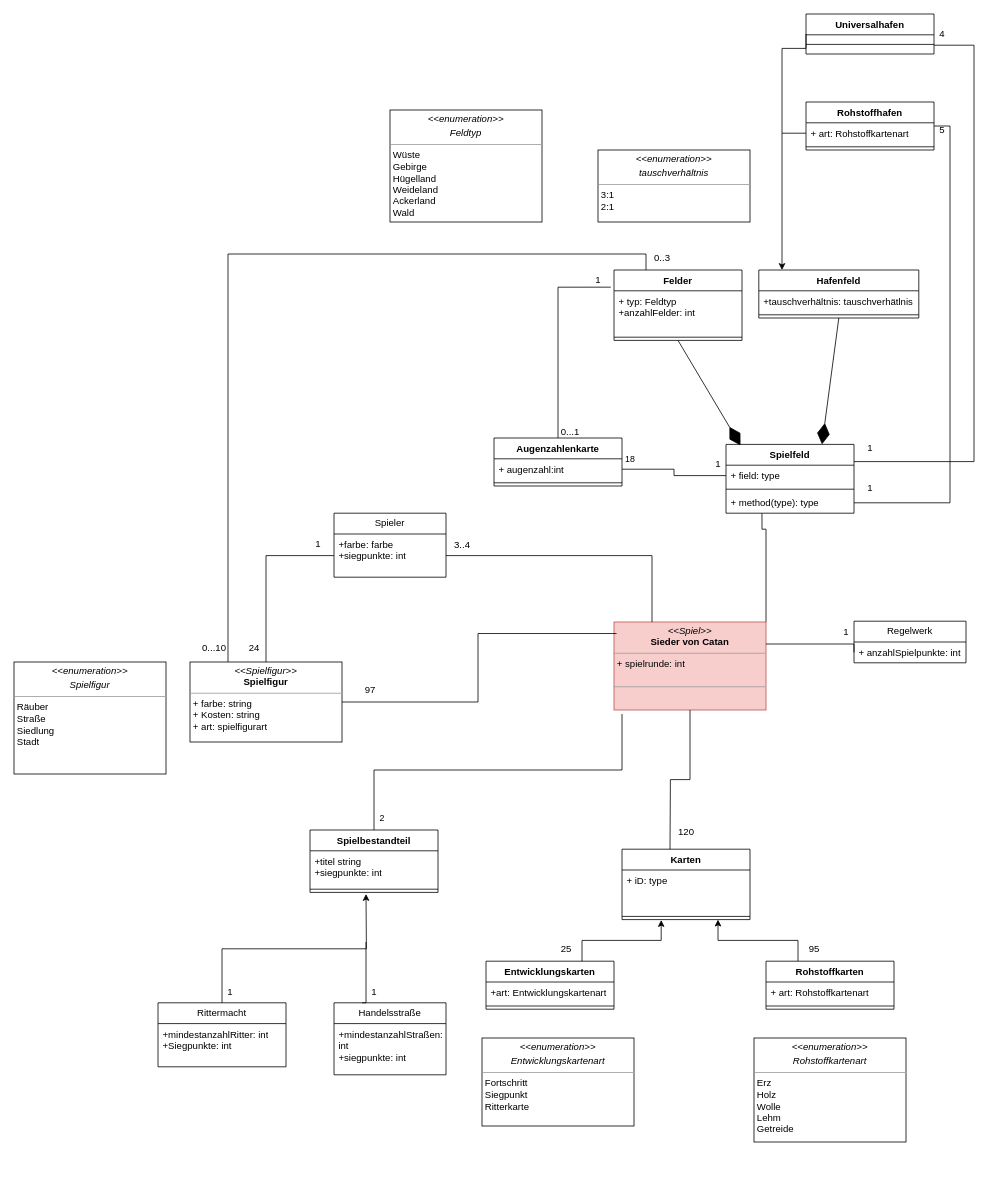
Above: content/CLASS_DIAGRAM.drawio in picooo0001/die_siedler_von_catan (draw.io), before the change. Source tidied: cells renumbered, new cells numbered last; positions are measured from the earlier drawing's top-left corner, leaving out a move shared by most shapes. Both pictures are drawn from the tidied source at 80%, with x=0, y=0 at pixel (14, 14).
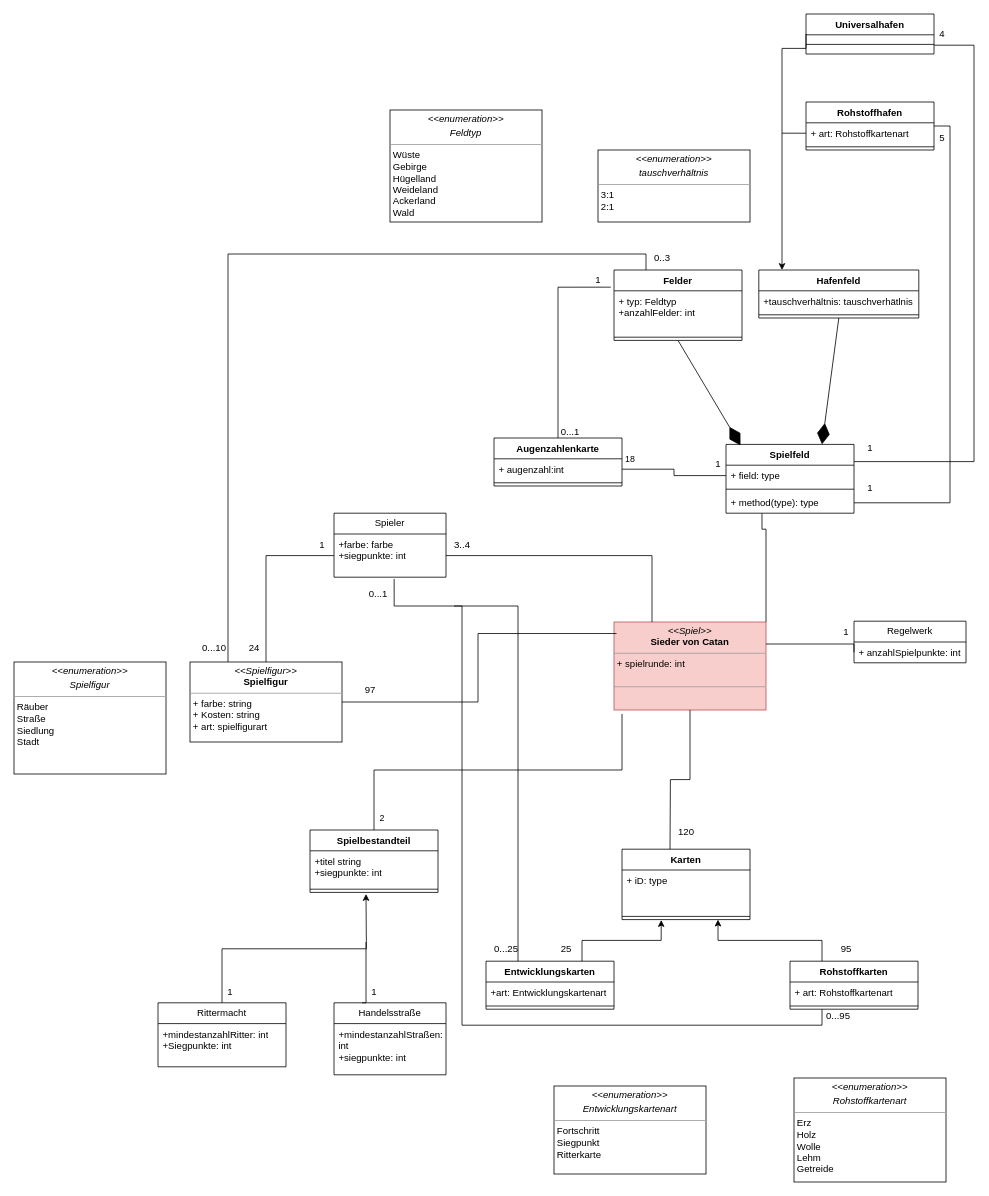
After the change.

The change refers to these unchanged cells:
```xml
<mxCell id="5" value="Entwicklungskarten" style="swimlane;fontStyle=1;align=center;verticalAlign=top;horizontal=1;startSize=26;whiteSpace=wrap;html=1;" parent="1" vertex="1">
  <mxGeometry x="590" y="1184" width="160" height="60" as="geometry" />
</mxCell>
<mxCell id="74" value="Spieler" style="swimlane;fontStyle=0;horizontal=1;startSize=26;fillColor=none;whiteSpace=wrap;html=1;" parent="1" vertex="1">
  <mxGeometry x="400" y="624" width="140" height="80" as="geometry" />
</mxCell>
```

What changed in the source:
```diff
@@
+    <mxCell id="88" style="edgeStyle=orthogonalEdgeStyle;rounded=0;jettySize=auto;html=1;exitX=0.25;exitY=1;exitDx=0;exitDy=0;endArrow=none;endFill=0;" parent="1" edge="1" source="9">
+      <mxGeometry relative="1" as="geometry">
+        <mxPoint x="550" y="740" as="targetPoint" />
+        <Array as="points">
+          <mxPoint x="1010" y="1264" />
+          <mxPoint x="560" y="1264" />
+          <mxPoint x="560" y="740" />
+        </Array>
+      </mxGeometry>
+    </mxCell>
     <mxCell id="9" value="Rohstoffkarten" style="swimlane;fontStyle=1;align=center;verticalAlign=top;horizontal=1;startSize=26;whiteSpace=wrap;html=1;" parent="1" vertex="1">
-      <mxGeometry x="940" y="1184" width="160" height="60" as="geometry" />
+      <mxGeometry x="970" y="1184" width="160" height="60" as="geometry" />
     </mxCell>
@@
     <mxCell id="50" value="5" style="text;html=1;align=center;verticalAlign=middle;strokeColor=none;fillColor=none;" parent="1" vertex="1">
-      <mxGeometry x="1145" y="130" width="30" height="30" as="geometry" />
+      <mxGeometry x="1145" y="140" width="30" height="30" as="geometry" />
     </mxCell>
@@
     <mxCell id="62" value="&lt;p style=&quot;margin:0px;margin-top:4px;text-align:center;&quot;&gt;&lt;i&gt;&amp;lt;&amp;lt;enumeration&amp;gt;&amp;gt;&lt;/i&gt;&lt;br&gt;&lt;/p&gt;&lt;p style=&quot;margin:0px;margin-top:4px;text-align:center;&quot;&gt;&lt;i&gt;Entwicklungskartenart&lt;/i&gt;&lt;/p&gt;&lt;hr size=&quot;1&quot;&gt;&lt;p style=&quot;margin:0px;margin-left:4px;&quot;&gt;Fortschritt&lt;/p&gt;&lt;p style=&quot;margin:0px;margin-left:4px;&quot;&gt;Siegpunkt&lt;/p&gt;&lt;p style=&quot;margin:0px;margin-left:4px;&quot;&gt;Ritterkarte&lt;/p&gt;&lt;p style=&quot;margin:0px;margin-left:4px;&quot;&gt;&lt;br&gt;&lt;/p&gt;&lt;p style=&quot;margin:0px;margin-left:4px;&quot;&gt;&lt;br&gt;&lt;/p&gt;" style="verticalAlign=top;align=left;overflow=fill;fontSize=12;fontFamily=Helvetica;html=1;whiteSpace=wrap;" parent="1" vertex="1">
-      <mxGeometry x="585" y="1280" width="190" height="110" as="geometry" />
+      <mxGeometry x="675" y="1340" width="190" height="110" as="geometry" />
     </mxCell>
     <mxCell id="63" value="&lt;p style=&quot;margin:0px;margin-top:4px;text-align:center;&quot;&gt;&lt;i&gt;&amp;lt;&amp;lt;enumeration&amp;gt;&amp;gt;&lt;/i&gt;&lt;/p&gt;&lt;p style=&quot;margin:0px;margin-top:4px;text-align:center;&quot;&gt;&lt;i&gt;Rohstoffkartenart&lt;/i&gt;&lt;/p&gt;&lt;hr size=&quot;1&quot;&gt;&lt;p style=&quot;margin:0px;margin-left:4px;&quot;&gt;Erz&lt;/p&gt;&lt;p style=&quot;margin:0px;margin-left:4px;&quot;&gt;Holz&lt;/p&gt;&lt;p style=&quot;margin:0px;margin-left:4px;&quot;&gt;Wolle&lt;/p&gt;&lt;p style=&quot;margin:0px;margin-left:4px;&quot;&gt;Lehm&amp;nbsp;&lt;/p&gt;&lt;p style=&quot;margin:0px;margin-left:4px;&quot;&gt;Getreide&lt;/p&gt;&lt;p style=&quot;margin:0px;margin-left:4px;&quot;&gt;&lt;br&gt;&lt;/p&gt;&lt;p style=&quot;margin:0px;margin-left:4px;&quot;&gt;&lt;br&gt;&lt;/p&gt;" style="verticalAlign=top;align=left;overflow=fill;fontSize=12;fontFamily=Helvetica;html=1;whiteSpace=wrap;" parent="1" vertex="1">
-      <mxGeometry x="925" y="1280" width="190" height="130" as="geometry" />
+      <mxGeometry x="975" y="1330" width="190" height="130" as="geometry" />
     </mxCell>
@@
     <mxCell id="65" value="95" style="text;html=1;align=center;verticalAlign=middle;strokeColor=none;fillColor=none;" parent="1" vertex="1">
-      <mxGeometry x="980" y="1154" width="40" height="30" as="geometry" />
+      <mxGeometry x="1020" y="1154" width="40" height="30" as="geometry" />
     </mxCell>
@@
-    <mxCell id="75" value="+farbe: farbe&lt;br&gt;+siegpunkte: int" style="text;strokeColor=none;fillColor=none;align=left;verticalAlign=top;spacingLeft=4;spacingRight=4;overflow=hidden;points=[[0,0.5],[1,0.5]];portConstraint=eastwest;whiteSpace=wrap;html=1;" parent="74" vertex="1">
+    <mxCell id="75" value="+farbe: farbe&lt;br&gt;+siegpunkte: int&lt;br&gt;" style="text;strokeColor=none;fillColor=none;align=left;verticalAlign=top;spacingLeft=4;spacingRight=4;overflow=hidden;points=[[0,0.5],[1,0.5]];portConstraint=eastwest;whiteSpace=wrap;html=1;" parent="74" vertex="1">
       <mxGeometry y="26" width="140" height="54" as="geometry" />
     </mxCell>
@@
     <mxCell id="78" value="1" style="text;html=1;align=center;verticalAlign=middle;strokeColor=none;fillColor=none;" parent="1" vertex="1">
-      <mxGeometry x="365" y="648" width="30" height="30" as="geometry" />
+      <mxGeometry x="370" y="649" width="30" height="30" as="geometry" />
     </mxCell>
@@
+    <mxCell id="89" style="edgeStyle=orthogonalEdgeStyle;rounded=0;jettySize=auto;html=1;exitX=0.25;exitY=0;exitDx=0;exitDy=0;entryX=0.537;entryY=1.041;entryDx=0;entryDy=0;entryPerimeter=0;endArrow=none;endFill=0;" parent="1" edge="1" source="5" target="75">
+      <mxGeometry relative="1" as="geometry">
+        <Array as="points">
+          <mxPoint x="630" y="740" />
+          <mxPoint x="475" y="740" />
+        </Array>
+      </mxGeometry>
+    </mxCell>
+    <mxCell id="90" value="0...25" style="text;html=1;align=center;verticalAlign=middle;strokeColor=none;fillColor=none;" parent="1" vertex="1">
+      <mxGeometry x="590" y="1154" width="50" height="30" as="geometry" />
+    </mxCell>
+    <mxCell id="91" value="0...1" style="text;html=1;align=center;verticalAlign=middle;strokeColor=none;fillColor=none;" parent="1" vertex="1">
+      <mxGeometry x="430" y="710" width="50" height="30" as="geometry" />
+    </mxCell>
+    <mxCell id="92" value="0...95" style="text;html=1;align=center;verticalAlign=middle;strokeColor=none;fillColor=none;" parent="1" vertex="1">
+      <mxGeometry x="1005" y="1238" width="50" height="30" as="geometry" />
+    </mxCell>
```
